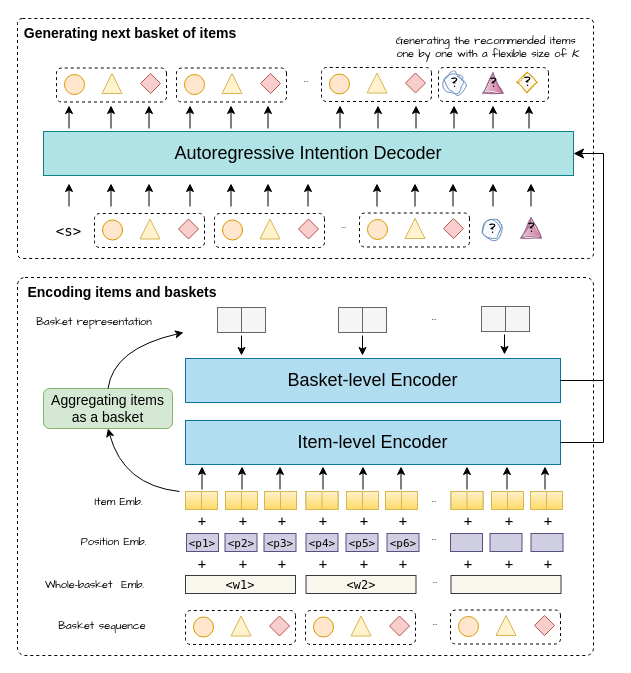
wenqisun/data keeps this draw.io diagram as architect.drawio. Above is the earlier version. Source tidied: cells renumbered, new cells numbered last; positions are measured from the earlier drawing's top-left corner, leaving out a move shared by most shapes. Both pictures are drawn from the tidied source at 100%, with x=0, y=0 at pixel (17, 18).
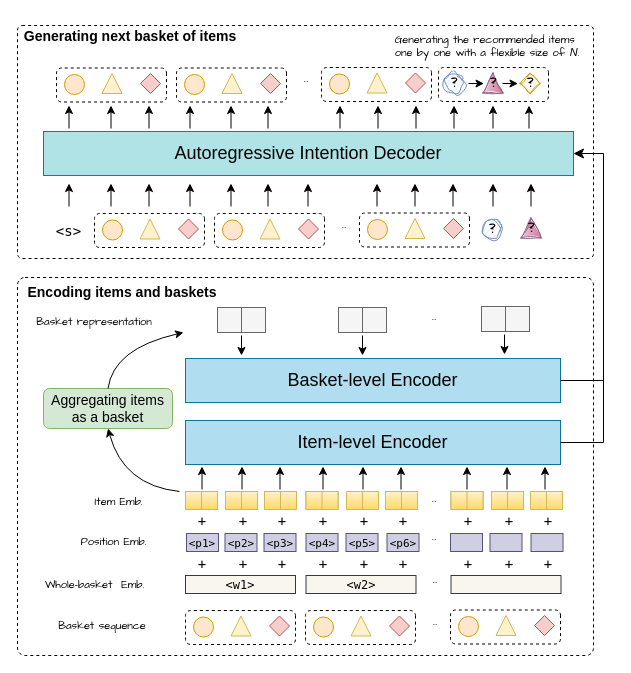
Above is the later version.

The edit, as a diff of the source:
```diff
@@
     <mxCell id="2" style="rounded=1;whiteSpace=wrap;html=1;fontFamily=Comic Sans MS;fontSize=12;dashed=1;arcSize=2;" parent="1" vertex="1">
-      <mxGeometry width="576" height="240" as="geometry" />
+      <mxGeometry y="7" width="576" height="233" as="geometry" />
     </mxCell>
@@
     <mxCell id="159" value="&lt;font style=&quot;font-size: 12px;&quot;&gt;&lt;b&gt;?&lt;/b&gt;&lt;/font&gt;" style="rhombus;whiteSpace=wrap;html=1;fontFamily=Comic Sans MS;fontSize=14;fillColor=#ffe6cc;strokeColor=#d79b00;sketch=1;curveFitting=1;jiggle=2;" parent="1" vertex="1">
-      <mxGeometry x="499.5" y="54" width="20" height="20" as="geometry" />
+      <mxGeometry x="502.5" y="55" width="20" height="20" as="geometry" />
     </mxCell>
@@
     <mxCell id="168" value="&lt;font face=&quot;Helvetica&quot; style=&quot;font-size: 14px;&quot;&gt;&lt;b style=&quot;&quot;&gt;Generating next basket of items&lt;/b&gt;&lt;/font&gt;" style="text;strokeColor=none;align=center;fillColor=none;html=1;verticalAlign=middle;whiteSpace=wrap;rounded=0;fontSize=12;fontFamily=Comic Sans MS;" parent="1" vertex="1">
-      <mxGeometry width="226" height="30" as="geometry" />
+      <mxGeometry y="3" width="226" height="30" as="geometry" />
     </mxCell>
-    <mxCell id="169" value="&lt;p style=&quot;line-height: 0%;&quot;&gt;&lt;font face=&quot;Comic Sans MS&quot;&gt;&lt;span style=&quot;font-size: 11px;&quot;&gt;Generating the recommended&amp;nbsp;&lt;/span&gt;&lt;/font&gt;&lt;font style=&quot;background-color: initial;&quot; face=&quot;Comic Sans MS&quot;&gt;&lt;span style=&quot;font-size: 11px;&quot;&gt;items&amp;nbsp;&lt;/span&gt;&lt;/font&gt;&lt;/p&gt;&lt;p style=&quot;line-height: 0%;&quot;&gt;&lt;span style=&quot;background-color: initial; font-size: 11px; font-family: &amp;quot;Comic Sans MS&amp;quot;;&quot;&gt;one by one&amp;nbsp;&lt;/span&gt;&lt;span style=&quot;background-color: initial; font-size: 11px; font-family: &amp;quot;Comic Sans MS&amp;quot;;&quot;&gt;with a flexible size of &lt;/span&gt;&lt;i style=&quot;background-color: initial; font-size: 11px; font-family: &amp;quot;Comic Sans MS&amp;quot;;&quot;&gt;K&lt;/i&gt;&lt;span style=&quot;background-color: initial; font-size: 11px; font-family: &amp;quot;Comic Sans MS&amp;quot;;&quot;&gt;.&lt;/span&gt;&lt;/p&gt;" style="text;strokeColor=none;align=center;fillColor=none;html=1;verticalAlign=middle;whiteSpace=wrap;rounded=0;dashed=1;" parent="1" vertex="1">
-      <mxGeometry x="361" width="220" height="56" as="geometry" />
+    <mxCell id="169" value="&lt;p style=&quot;line-height: 0%;&quot;&gt;&lt;font face=&quot;Comic Sans MS&quot;&gt;&lt;span style=&quot;font-size: 11px;&quot;&gt;Generating the recommended&amp;nbsp;&lt;/span&gt;&lt;/font&gt;&lt;font style=&quot;background-color: initial;&quot; face=&quot;Comic Sans MS&quot;&gt;&lt;span style=&quot;font-size: 11px;&quot;&gt;items&amp;nbsp;&lt;/span&gt;&lt;/font&gt;&lt;/p&gt;&lt;p style=&quot;line-height: 0%;&quot;&gt;&lt;span style=&quot;background-color: initial; font-size: 11px; font-family: &amp;quot;Comic Sans MS&amp;quot;;&quot;&gt;one by one&amp;nbsp;&lt;/span&gt;&lt;span style=&quot;background-color: initial; font-size: 11px; font-family: &amp;quot;Comic Sans MS&amp;quot;;&quot;&gt;with a flexible size of &lt;/span&gt;&lt;i style=&quot;background-color: initial; font-size: 11px;&quot;&gt;N&lt;/i&gt;&lt;span style=&quot;background-color: initial; font-size: 11px; font-family: &amp;quot;Comic Sans MS&amp;quot;;&quot;&gt;.&lt;/span&gt;&lt;/p&gt;" style="text;strokeColor=none;align=center;fillColor=none;html=1;verticalAlign=middle;whiteSpace=wrap;rounded=0;dashed=1;" parent="1" vertex="1">
+      <mxGeometry x="360" y="-1" width="220" height="56" as="geometry" />
     </mxCell>
@@
+    <mxCell id="172" style="endArrow=classic;html=1;rounded=0;fontFamily=Comic Sans MS;fontSize=11;entryX=0;entryY=0.5;entryDx=0;entryDy=0;exitX=1;exitY=0.5;exitDx=0;exitDy=0;" parent="1" edge="1">
+      <mxGeometry relative="1" as="geometry">
+        <mxPoint x="451" y="65" as="sourcePoint" />
+        <mxPoint x="466.5" y="65" as="targetPoint" />
+      </mxGeometry>
+    </mxCell>
+    <mxCell id="173" style="endArrow=classic;html=1;rounded=0;fontFamily=Comic Sans MS;fontSize=11;entryX=0;entryY=0.5;entryDx=0;entryDy=0;exitX=1;exitY=0.5;exitDx=0;exitDy=0;" parent="1" edge="1">
+      <mxGeometry relative="1" as="geometry">
+        <mxPoint x="485" y="65" as="sourcePoint" />
+        <mxPoint x="500.5" y="65" as="targetPoint" />
+      </mxGeometry>
+    </mxCell>
```
